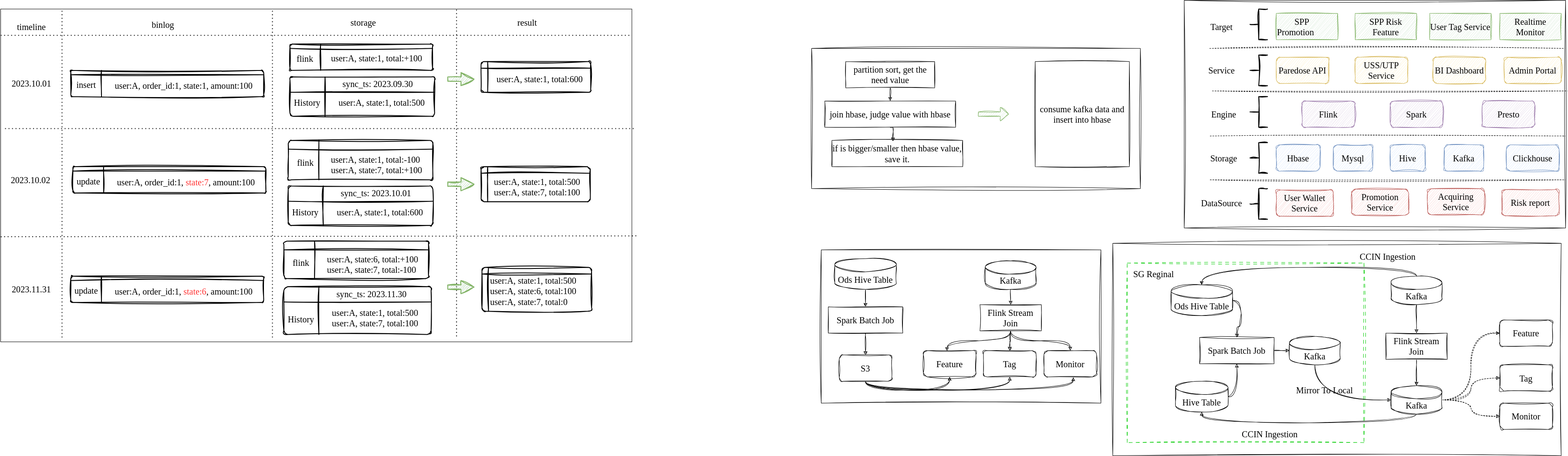
Above: 答辩准备1.drawio.svg in LadyTao/flink-learning (draw.io), before the change. Source tidied: cells renumbered, new cells last; positions are measured from the earlier drawing's top-left corner, leaving out a move shared by most shapes.
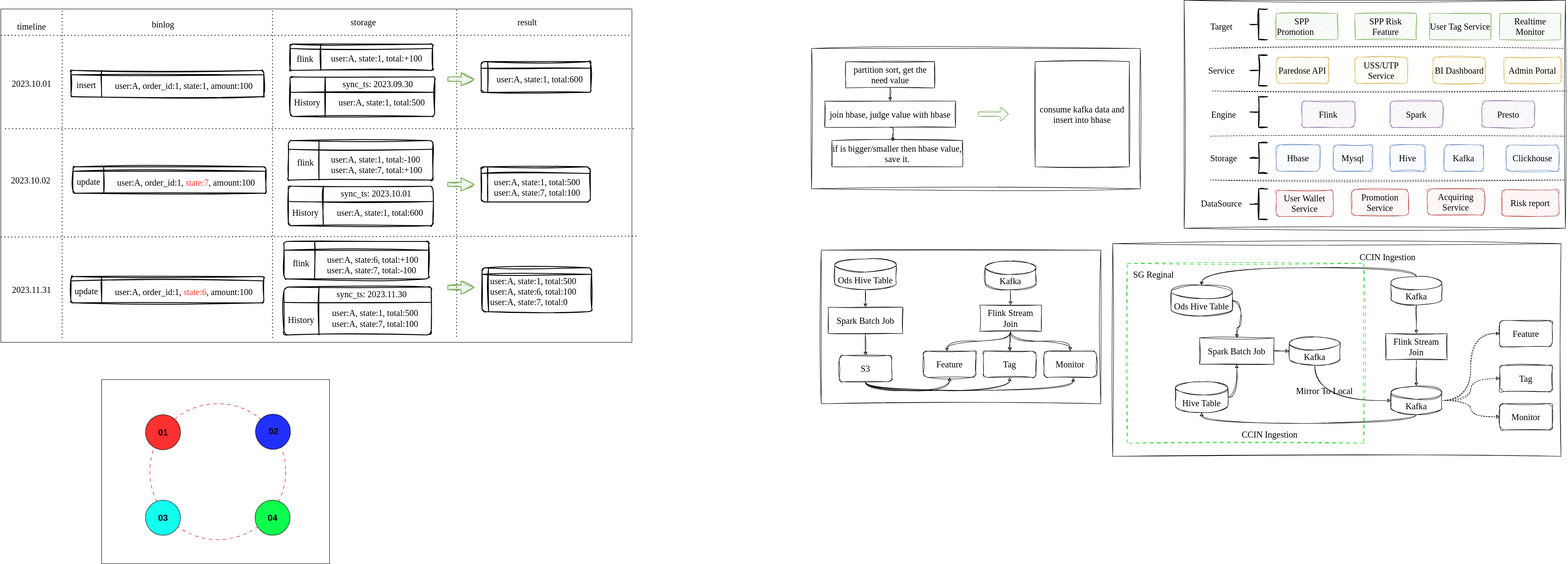
After the commit.

Commit message:
更新答辩准备1.drawio.svg

Change to the diagram source:
```diff
@@ -2,6 +2,9 @@
   <root>
     <mxCell id="0" />
     <mxCell id="1" parent="0" />
+    <mxCell id="161" style="rounded=0;whiteSpace=wrap;html=1;" parent="1" vertex="1">
+      <mxGeometry x="230" y="865" width="520" height="420" as="geometry" />
+    </mxCell>
     <mxCell id="2" style="rounded=0;whiteSpace=wrap;html=1;hachureGap=4;fontFamily=Architects Daughter;fontSource=https%3A%2F%2Ffonts.googleapis.com%2Fcss%3Ffamily%3DArchitects%2BDaughter;fontSize=20;" parent="1" vertex="1">
       <mxGeometry y="20" width="1440" height="760" as="geometry" />
     </mxCell>
@@ -512,5 +515,32 @@
     <mxCell id="160" style="verticalLabelPosition=bottom;verticalAlign=top;html=1;strokeWidth=2;shape=mxgraph.arrows2.arrow;dy=0.67;dx=30;notch=0;hachureGap=4;fontFamily=Architects Daughter;fontSource=https%3A%2F%2Ffonts.googleapis.com%2Fcss%3Ffamily%3DArchitects%2BDaughter;fontSize=20;fillColor=#d5e8d4;strokeColor=#82b366;sketch=1;curveFitting=1;jiggle=2;" parent="1" vertex="1">
       <mxGeometry x="1020" y="640" width="60" height="30" as="geometry" />
     </mxCell>
+    <mxCell id="162" style="ellipse;whiteSpace=wrap;html=1;dashed=1;dashPattern=8 8;strokeColor=#CC0000;" parent="1" vertex="1">
+      <mxGeometry x="340" y="920" width="310" height="310" as="geometry" />
+    </mxCell>
+    <mxCell id="163" style="ellipse;whiteSpace=wrap;html=1;fillColor=#FF3030;" parent="1" vertex="1">
+      <mxGeometry x="330" y="945" width="80" height="80" as="geometry" />
+    </mxCell>
+    <mxCell id="164" style="ellipse;whiteSpace=wrap;html=1;fillColor=#2130FF;" parent="1" vertex="1">
+      <mxGeometry x="581" y="944" width="80" height="80" as="geometry" />
+    </mxCell>
+    <mxCell id="165" style="ellipse;whiteSpace=wrap;html=1;fillColor=#12FFEF;" parent="1" vertex="1">
+      <mxGeometry x="330" y="1140" width="80" height="80" as="geometry" />
+    </mxCell>
+    <mxCell id="166" style="ellipse;whiteSpace=wrap;html=1;fillColor=#0DFF4D;" parent="1" vertex="1">
+      <mxGeometry x="580" y="1140" width="80" height="80" as="geometry" />
+    </mxCell>
+    <mxCell id="167" value="&lt;b&gt;&lt;font style=&quot;font-size: 20px;&quot;&gt;01&lt;/font&gt;&lt;/b&gt;" style="text;html=1;align=center;verticalAlign=middle;strokeColor=none;fillColor=none;" parent="1" vertex="1">
+      <mxGeometry x="345" y="965" width="50" height="40" as="geometry" />
+    </mxCell>
+    <mxCell id="168" value="&lt;b&gt;&lt;font style=&quot;font-size: 20px;&quot;&gt;03&lt;/font&gt;&lt;/b&gt;" style="text;html=1;align=center;verticalAlign=middle;strokeColor=none;fillColor=none;" parent="1" vertex="1">
+      <mxGeometry x="345" y="1160" width="50" height="40" as="geometry" />
+    </mxCell>
+    <mxCell id="169" value="&lt;b&gt;&lt;font style=&quot;font-size: 20px;&quot;&gt;02&lt;/font&gt;&lt;/b&gt;" style="text;html=1;align=center;verticalAlign=middle;strokeColor=none;fillColor=none;" parent="1" vertex="1">
+      <mxGeometry x="597" y="962" width="50" height="40" as="geometry" />
+    </mxCell>
+    <mxCell id="170" value="&lt;b&gt;&lt;font style=&quot;font-size: 20px;&quot;&gt;04&lt;/font&gt;&lt;/b&gt;" style="text;html=1;align=center;verticalAlign=middle;strokeColor=none;fillColor=none;" parent="1" vertex="1">
+      <mxGeometry x="595" y="1160" width="50" height="40" as="geometry" />
+    </mxCell>
   </root>
 </mxGraphModel>
```
